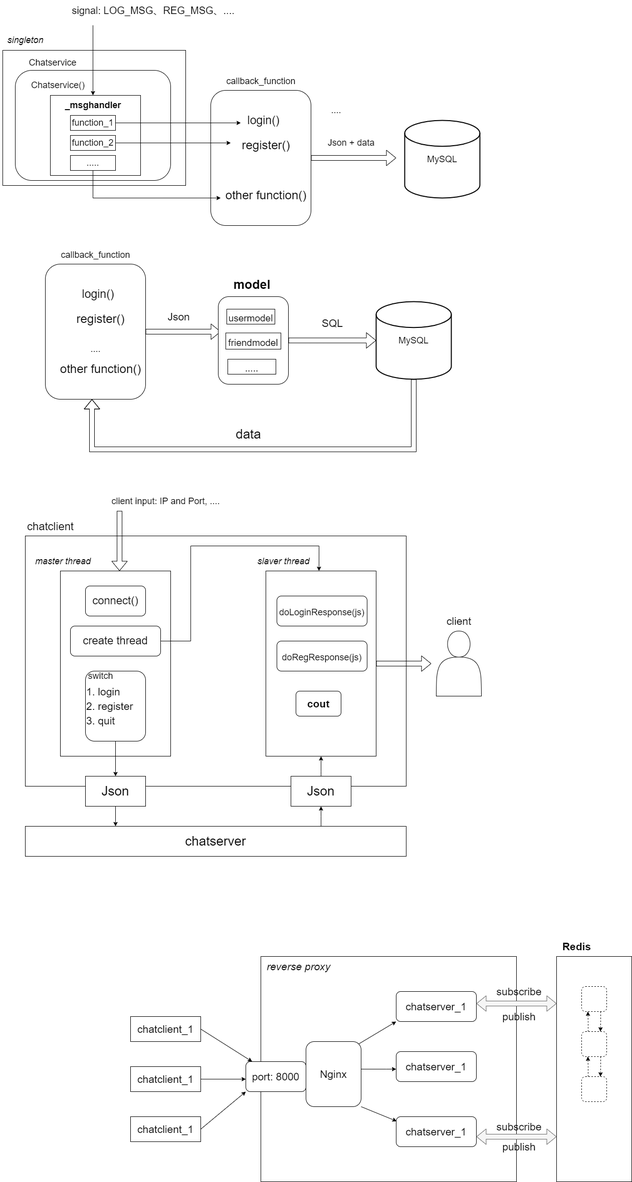
Earlier version of the draw.io export data/C++集群聊天服务器_Chatservice.drawio.png (mo-xiaoxiu/imagefrommyblog). Source tidied: cells renumbered, new cells last; positions are measured from the earlier drawing's top-left corner, leaving out a move shared by most shapes.
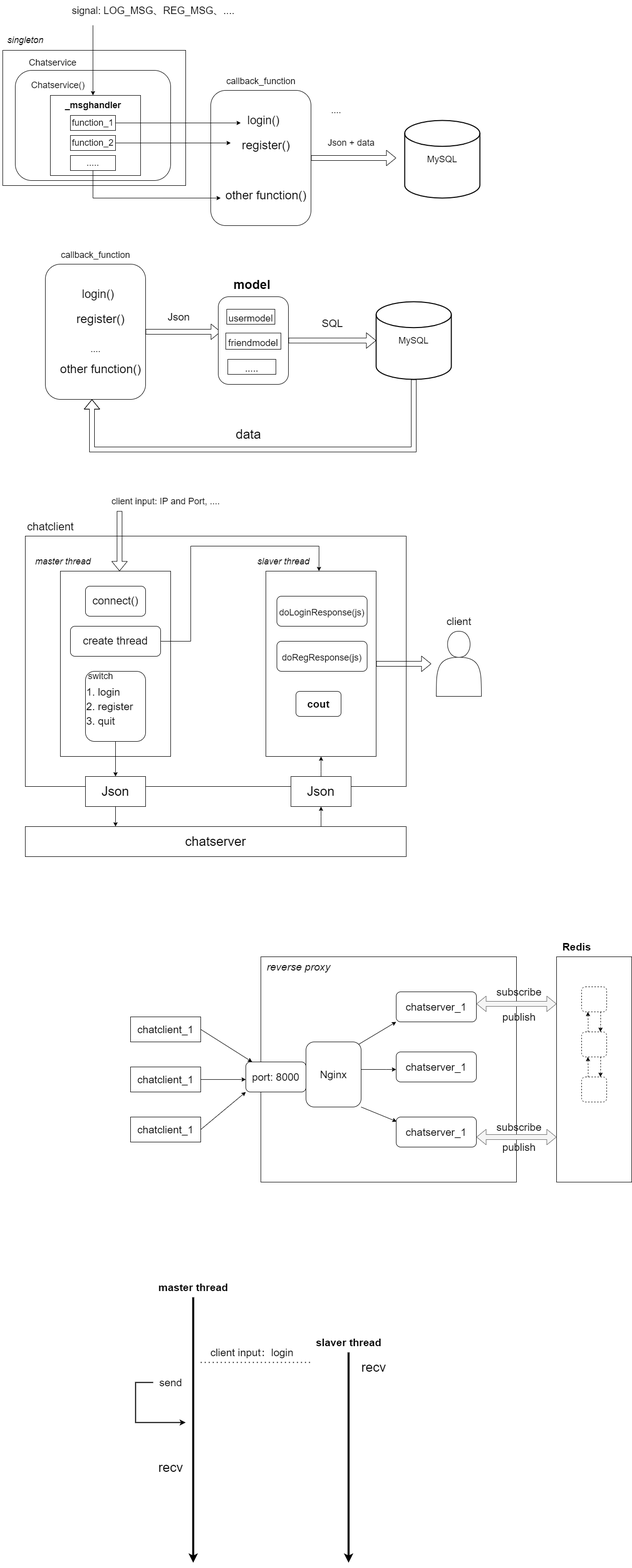
Above is the later version.

Commit message:
Update C++集群聊天服务器_Chatservice.drawio.png

What changed in the source:
```diff
@@ -372,5 +372,48 @@
     <mxCell id="100" style="rounded=1;whiteSpace=wrap;html=1;fontSize=21;dashed=1;" parent="1" vertex="1">
       <mxGeometry x="1160" y="2150" width="50" height="50" as="geometry" />
     </mxCell>
+    <mxCell id="101" style="edgeStyle=orthogonalEdgeStyle;rounded=0;jettySize=auto;html=1;fontSize=21;strokeWidth=4;" parent="1" edge="1" source="102">
+      <mxGeometry relative="1" as="geometry">
+        <mxPoint x="385" y="3120" as="targetPoint" />
+      </mxGeometry>
+    </mxCell>
+    <mxCell id="102" value="&lt;b&gt;master thread&lt;/b&gt;" style="text;html=1;align=center;verticalAlign=middle;points=[];strokeColor=none;fillColor=none;fontSize=21;" parent="1" vertex="1">
+      <mxGeometry x="305" y="2550" width="160" height="40" as="geometry" />
+    </mxCell>
+    <mxCell id="103" value="client input：login" style="text;html=1;align=center;verticalAlign=middle;strokeColor=none;fillColor=none;fontSize=21;" parent="1" vertex="1">
+      <mxGeometry x="407" y="2680" width="190" height="40" as="geometry" />
+    </mxCell>
+    <mxCell id="104" style="endArrow=none;dashed=1;html=1;dashPattern=1 3;strokeWidth=2;rounded=0;fontSize=21;" parent="1" edge="1">
+      <mxGeometry relative="1" as="geometry">
+        <mxPoint x="400" y="2720" as="sourcePoint" />
+        <mxPoint x="620" y="2720" as="targetPoint" />
+      </mxGeometry>
+    </mxCell>
+    <mxCell id="105" style="edgeStyle=orthogonalEdgeStyle;rounded=0;jettySize=auto;html=1;fontSize=21;strokeWidth=4;" parent="1" edge="1" source="106">
+      <mxGeometry relative="1" as="geometry">
+        <mxPoint x="695" y="3120" as="targetPoint" />
+      </mxGeometry>
+    </mxCell>
+    <mxCell id="106" value="&lt;b&gt;slaver thread&lt;/b&gt;" style="text;html=1;align=center;verticalAlign=middle;points=[];strokeColor=none;fillColor=none;fontSize=21;" parent="1" vertex="1">
+      <mxGeometry x="620" y="2660" width="150" height="40" as="geometry" />
+    </mxCell>
+    <mxCell id="107" style="edgeStyle=orthogonalEdgeStyle;rounded=0;jettySize=auto;html=1;fontSize=21;strokeWidth=2;" parent="1" edge="1" source="108">
+      <mxGeometry relative="1" as="geometry">
+        <mxPoint x="370" y="2840" as="targetPoint" />
+        <Array as="points">
+          <mxPoint x="270" y="2760" />
+          <mxPoint x="270" y="2840" />
+        </Array>
+      </mxGeometry>
+    </mxCell>
+    <mxCell id="108" value="send" style="text;html=1;align=center;verticalAlign=middle;points=[];strokeColor=none;fillColor=none;fontSize=21;" parent="1" vertex="1">
+      <mxGeometry x="305" y="2740" width="70" height="40" as="geometry" />
+    </mxCell>
+    <mxCell id="109" value="&lt;font style=&quot;font-size: 26px;&quot;&gt;recv&lt;/font&gt;" style="text;html=1;align=center;verticalAlign=middle;strokeColor=none;fillColor=none;fontSize=21;" parent="1" vertex="1">
+      <mxGeometry x="305" y="2910" width="70" height="40" as="geometry" />
+    </mxCell>
+    <mxCell id="110" value="&lt;font style=&quot;font-size: 26px;&quot;&gt;recv&lt;/font&gt;" style="text;html=1;align=center;verticalAlign=middle;strokeColor=none;fillColor=none;fontSize=21;" parent="1" vertex="1">
+      <mxGeometry x="710" y="2710" width="70" height="40" as="geometry" />
+    </mxCell>
   </root>
 </mxGraphModel>
```
